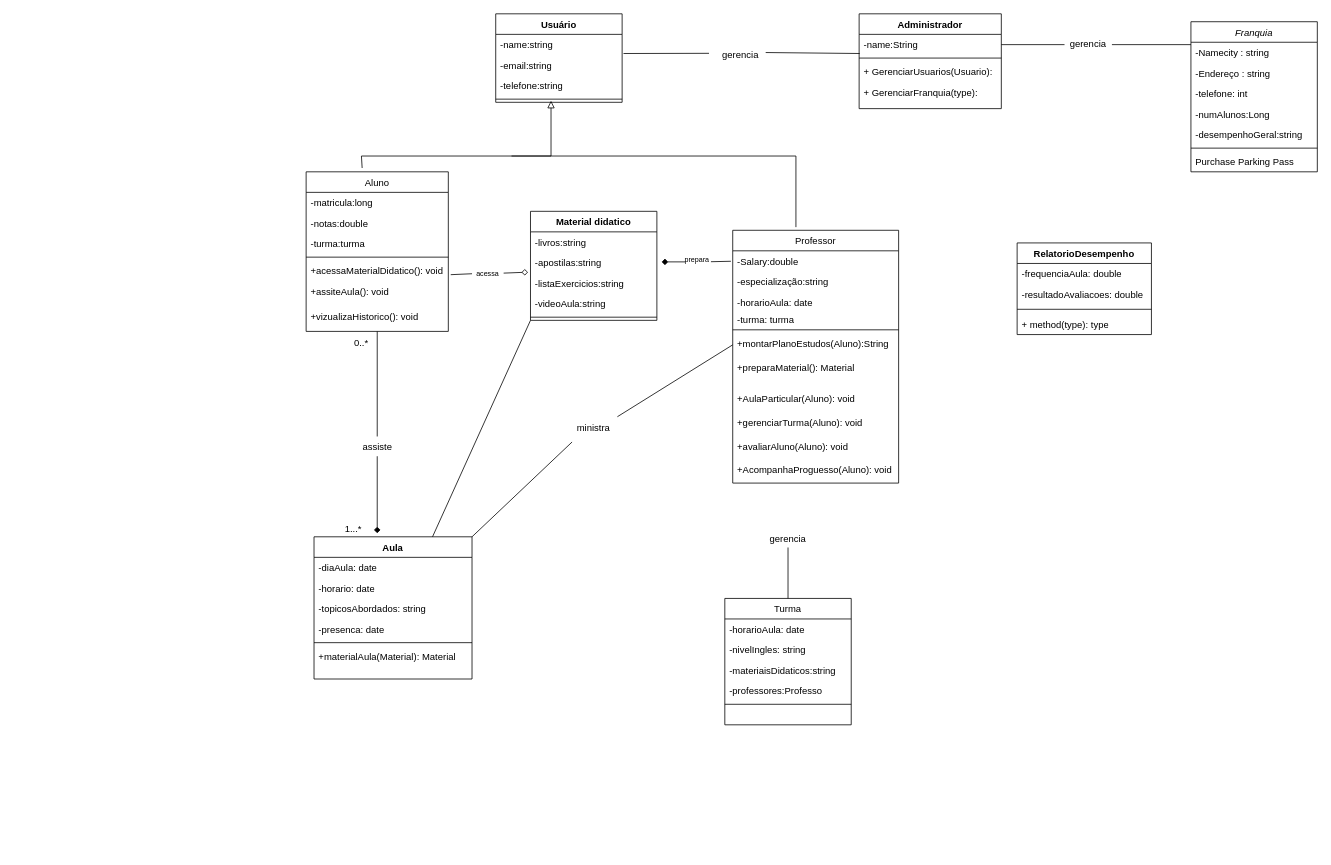
The draw.io diagram Diagrama-Classes/Escola-Ingles.drawio in Wal221/ProjetoWeb2, before the edit. Source tidied: cells renumbered, new cells numbered last; positions are measured from the earlier drawing's top-left corner, leaving out a move shared by most shapes. Both pictures are drawn from the tidied source at 79%, with x=0, y=0 at pixel (306, 13).
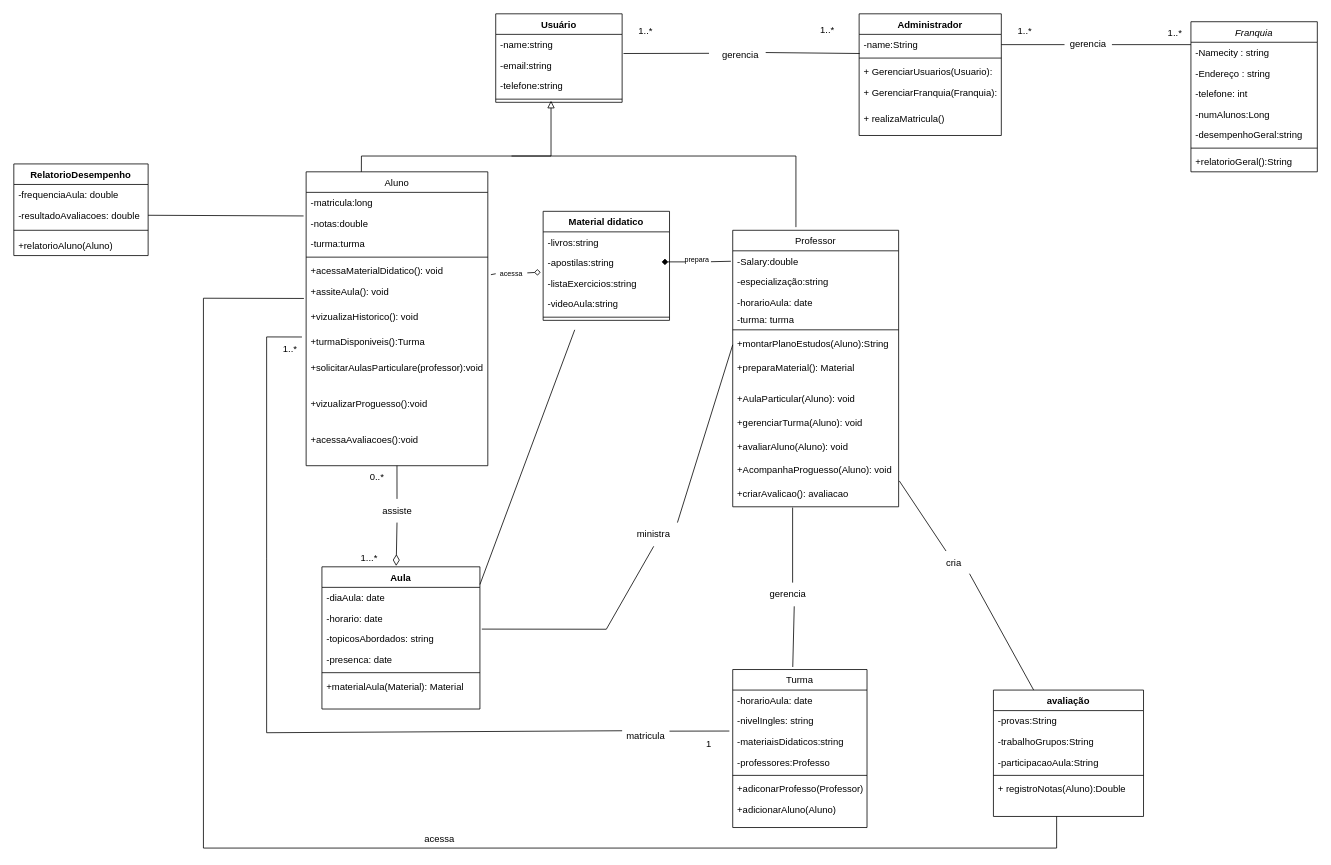
Above is the later version.

Commit message:
adicionando cardinalidades as classes no diagrama de classes

The change refers to these unchanged cells:
```xml
<mxCell id="2" value="Franquia" style="swimlane;fontStyle=2;align=center;verticalAlign=top;horizontal=1;startSize=26;rounded=0;shadow=0;strokeWidth=1;" parent="1" vertex="1">
  <mxGeometry x="1120" y="10" width="160" height="190" as="geometry" />
</mxCell>
<mxCell id="29" value="+AcompanhaProguesso(Aluno): void" style="text;align=left;verticalAlign=top;spacingLeft=4;spacingRight=4;overflow=hidden;points=[[0,0.5],[1,0.5]];portConstraint=eastwest;" parent="18" vertex="1">
  <mxGeometry y="290" width="210" height="30" as="geometry" />
</mxCell>
<mxCell id="39" value="-topicosAbordados: string" style="text;strokeColor=none;fillColor=none;align=left;verticalAlign=top;spacingLeft=4;spacingRight=4;overflow=hidden;points=[[0,0.5],[1,0.5]];portConstraint=eastwest;whiteSpace=wrap;html=1;" parent="36" vertex="1">
  <mxGeometry y="78" width="200" height="26" as="geometry" />
</mxCell>
<mxCell id="45" value="-resultadoAvaliacoes&lt;span style=&quot;background-color: initial;&quot;&gt;: double&lt;/span&gt;" style="text;strokeColor=none;fillColor=none;align=left;verticalAlign=top;spacingLeft=4;spacingRight=4;overflow=hidden;points=[[0,0.5],[1,0.5]];portConstraint=eastwest;whiteSpace=wrap;html=1;" parent="43" vertex="1">
  <mxGeometry y="52" width="170" height="26" as="geometry" />
</mxCell>
```

Change to the diagram source:
```diff
@@
-    <mxCell id="9" value="Purchase Parking Pass" style="text;align=left;verticalAlign=top;spacingLeft=4;spacingRight=4;overflow=hidden;" parent="2" vertex="1">
+    <mxCell id="9" value="+relatorioGeral():String" style="text;align=left;verticalAlign=top;spacingLeft=4;spacingRight=4;overflow=hidden;" parent="2" vertex="1">
       <mxGeometry y="164" width="160" height="26" as="geometry" />
     </mxCell>
     <mxCell id="10" value="Aluno" style="swimlane;fontStyle=0;align=center;verticalAlign=top;horizontal=1;startSize=26;rounded=0;shadow=0;strokeWidth=1;" parent="1" vertex="1">
-      <mxGeometry y="200" width="180" height="202" as="geometry" />
+      <mxGeometry y="200" width="230" height="372" as="geometry" />
     </mxCell>
     <mxCell id="11" value="-matricula:long" style="text;align=left;verticalAlign=top;spacingLeft=4;spacingRight=4;overflow=hidden;rounded=0;shadow=0;html=0;" parent="10" vertex="1">
-      <mxGeometry y="26" width="180" height="26" as="geometry" />
+      <mxGeometry y="26" width="230" height="26" as="geometry" />
     </mxCell>
     <mxCell id="12" value="-notas:double" style="text;align=left;verticalAlign=top;spacingLeft=4;spacingRight=4;overflow=hidden;points=[[0,0.5],[1,0.5]];portConstraint=eastwest;rounded=0;shadow=0;html=0;" parent="10" vertex="1">
-      <mxGeometry y="52" width="180" height="26" as="geometry" />
+      <mxGeometry y="52" width="230" height="26" as="geometry" />
     </mxCell>
     <mxCell id="13" value="-turma:turma" style="text;align=left;verticalAlign=top;spacingLeft=4;spacingRight=4;overflow=hidden;rounded=0;shadow=0;html=0;" parent="10" vertex="1">
-      <mxGeometry y="78" width="180" height="26" as="geometry" />
+      <mxGeometry y="78" width="230" height="26" as="geometry" />
     </mxCell>
     <mxCell id="14" style="line;html=1;strokeWidth=1;align=left;verticalAlign=middle;spacingTop=-1;spacingLeft=3;spacingRight=3;labelPosition=right;" parent="10" vertex="1">
-      <mxGeometry y="104" width="180" height="8" as="geometry" />
+      <mxGeometry y="104" width="230" height="8" as="geometry" />
     </mxCell>
     <mxCell id="15" value="+acessaMaterialDidatico(): void" style="text;align=left;verticalAlign=top;spacingLeft=4;spacingRight=4;overflow=hidden;points=[[0,0.5],[1,0.5]];portConstraint=eastwest;rounded=0;shadow=0;html=0;" parent="10" vertex="1">
-      <mxGeometry y="112" width="180" height="26" as="geometry" />
+      <mxGeometry y="112" width="230" height="26" as="geometry" />
     </mxCell>
     <mxCell id="16" value="+assiteAula(): void" style="text;align=left;verticalAlign=top;spacingLeft=4;spacingRight=4;overflow=hidden;rounded=0;shadow=0;html=0;" parent="10" vertex="1">
-      <mxGeometry y="138" width="180" height="32" as="geometry" />
+      <mxGeometry y="138" width="230" height="32" as="geometry" />
     </mxCell>
     <mxCell id="17" value="+vizualizaHistorico(): void" style="text;align=left;verticalAlign=top;spacingLeft=4;spacingRight=4;overflow=hidden;rounded=0;shadow=0;html=0;" parent="10" vertex="1">
-      <mxGeometry y="170" width="180" height="32" as="geometry" />
+      <mxGeometry y="170" width="230" height="32" as="geometry" />
     </mxCell>
+    <mxCell id="90" value="+turmaDisponiveis():Turma" style="text;align=left;verticalAlign=top;spacingLeft=4;spacingRight=4;overflow=hidden;points=[[0,0.5],[1,0.5]];portConstraint=eastwest;rounded=0;shadow=0;html=0;" parent="10" vertex="1">
+      <mxGeometry y="202" width="230" height="32" as="geometry" />
+    </mxCell>
+    <mxCell id="91" value="+solicitarAulasParticulare(professor):void" style="text;align=left;verticalAlign=top;spacingLeft=4;spacingRight=4;overflow=hidden;rounded=0;shadow=0;html=0;" parent="10" vertex="1">
+      <mxGeometry y="234" width="230" height="46" as="geometry" />
+    </mxCell>
+    <mxCell id="92" value="+vizualizarProguesso():void" style="text;align=left;verticalAlign=top;spacingLeft=4;spacingRight=4;overflow=hidden;rounded=0;shadow=0;html=0;" parent="10" vertex="1">
+      <mxGeometry y="280" width="230" height="46" as="geometry" />
+    </mxCell>
+    <mxCell id="93" value="+acessaAvaliacoes():void" style="text;align=left;verticalAlign=top;spacingLeft=4;spacingRight=4;overflow=hidden;rounded=0;shadow=0;html=0;" parent="10" vertex="1">
+      <mxGeometry y="326" width="230" height="46" as="geometry" />
+    </mxCell>
     <mxCell id="18" value="Professor" style="swimlane;fontStyle=0;align=center;verticalAlign=top;horizontal=1;startSize=26;rounded=0;shadow=0;strokeWidth=1;" parent="1" vertex="1">
-      <mxGeometry x="540" y="274" width="210" height="320" as="geometry" />
+      <mxGeometry x="540" y="274" width="210" height="350" as="geometry" />
     </mxCell>
@@
+    <mxCell id="94" value="+criarAvalicao(): avaliacao&#10;" style="text;align=left;verticalAlign=top;spacingLeft=4;spacingRight=4;overflow=hidden;points=[[0,0.5],[1,0.5]];portConstraint=eastwest;" parent="18" vertex="1">
+      <mxGeometry y="320" width="210" height="30" as="geometry" />
+    </mxCell>
     <mxCell id="30" value="Turma" style="swimlane;fontStyle=0;align=center;verticalAlign=top;horizontal=1;startSize=26;rounded=0;shadow=0;strokeWidth=1;" parent="1" vertex="1">
-      <mxGeometry x="530" y="740" width="160" height="160" as="geometry" />
+      <mxGeometry x="540" y="830" width="170" height="200" as="geometry" />
     </mxCell>
     <mxCell id="31" value="-horarioAula: date " style="text;align=left;verticalAlign=top;spacingLeft=4;spacingRight=4;overflow=hidden;" parent="30" vertex="1">
-      <mxGeometry y="26" width="160" height="26" as="geometry" />
+      <mxGeometry y="26" width="170" height="26" as="geometry" />
     </mxCell>
     <mxCell id="32" value="-nivelIngles: string" style="text;align=left;verticalAlign=top;spacingLeft=4;spacingRight=4;overflow=hidden;rounded=0;shadow=0;html=0;" parent="30" vertex="1">
-      <mxGeometry y="52" width="160" height="26" as="geometry" />
+      <mxGeometry y="52" width="170" height="26" as="geometry" />
     </mxCell>
     <mxCell id="33" value="-materiaisDidaticos:string" style="text;align=left;verticalAlign=top;spacingLeft=4;spacingRight=4;overflow=hidden;points=[[0,0.5],[1,0.5]];portConstraint=eastwest;rounded=0;shadow=0;html=0;" parent="30" vertex="1">
-      <mxGeometry y="78" width="160" height="26" as="geometry" />
+      <mxGeometry y="78" width="170" height="26" as="geometry" />
     </mxCell>
-    <mxCell id="34" value="-professores:Professo" style="text;align=left;verticalAlign=top;spacingLeft=4;spacingRight=4;overflow=hidden;rounded=0;shadow=0;html=0;" parent="30" vertex="1">
-      <mxGeometry y="104" width="160" height="26" as="geometry" />
+    <mxCell id="34" value="-professores:Professo&#10;" style="text;align=left;verticalAlign=top;spacingLeft=4;spacingRight=4;overflow=hidden;rounded=0;shadow=0;html=0;" parent="30" vertex="1">
+      <mxGeometry y="104" width="170" height="26" as="geometry" />
     </mxCell>
     <mxCell id="35" style="line;html=1;strokeWidth=1;align=left;verticalAlign=middle;spacingTop=-1;spacingLeft=3;spacingRight=3;labelPosition=right;" parent="30" vertex="1">
-      <mxGeometry y="130" width="160" height="8" as="geometry" />
+      <mxGeometry y="130" width="170" height="8" as="geometry" />
     </mxCell>
+    <mxCell id="95" value="+adiconarProfesso(Professor)&#10;" style="text;align=left;verticalAlign=top;spacingLeft=4;spacingRight=4;overflow=hidden;rounded=0;shadow=0;html=0;" parent="30" vertex="1">
+      <mxGeometry y="138" width="170" height="26" as="geometry" />
+    </mxCell>
+    <mxCell id="96" value="+adicionarAluno(Aluno)&#10;" style="text;align=left;verticalAlign=top;spacingLeft=4;spacingRight=4;overflow=hidden;rounded=0;shadow=0;html=0;" parent="30" vertex="1">
+      <mxGeometry y="164" width="170" height="26" as="geometry" />
+    </mxCell>
     <mxCell id="36" value="Aula" style="swimlane;fontStyle=1;align=center;verticalAlign=top;horizontal=1;startSize=26;whiteSpace=wrap;html=1;" parent="1" vertex="1">
-      <mxGeometry x="10" y="662" width="200" height="180" as="geometry" />
+      <mxGeometry x="20" y="700" width="200" height="180" as="geometry" />
     </mxCell>
@@
     <mxCell id="43" value="RelatorioDesempenho" style="swimlane;fontStyle=1;align=center;verticalAlign=top;horizontal=1;startSize=26;whiteSpace=wrap;html=1;" parent="1" vertex="1">
-      <mxGeometry x="900" y="290" width="170" height="116" as="geometry" />
+      <mxGeometry x="-370" y="190" width="170" height="116" as="geometry" />
     </mxCell>
@@
-    <mxCell id="47" value="+ method(type): type" style="text;strokeColor=none;fillColor=none;align=left;verticalAlign=top;spacingLeft=4;spacingRight=4;overflow=hidden;whiteSpace=wrap;html=1;" parent="43" vertex="1">
+    <mxCell id="47" value="+relatorioAluno(Aluno)" style="text;strokeColor=none;fillColor=none;align=left;verticalAlign=top;spacingLeft=4;spacingRight=4;overflow=hidden;whiteSpace=wrap;html=1;" parent="43" vertex="1">
       <mxGeometry y="90" width="170" height="26" as="geometry" />
     </mxCell>
     <mxCell id="48" value="Administrador" style="swimlane;fontStyle=1;align=center;verticalAlign=top;horizontal=1;startSize=26;whiteSpace=wrap;html=1;" parent="1" vertex="1">
-      <mxGeometry x="700" width="180" height="120" as="geometry" />
+      <mxGeometry x="700" width="180" height="154" as="geometry" />
     </mxCell>
@@
-    <mxCell id="52" value="+ GerenciarFranquia(type):&amp;nbsp;" style="text;strokeColor=none;fillColor=none;align=left;verticalAlign=top;spacingLeft=4;spacingRight=4;overflow=hidden;whiteSpace=wrap;html=1;" parent="48" vertex="1">
+    <mxCell id="52" value="+ GerenciarFranquia(Franquia):&lt;div&gt;&amp;nbsp;&lt;/div&gt;" style="text;strokeColor=none;fillColor=none;align=left;verticalAlign=top;spacingLeft=4;spacingRight=4;overflow=hidden;whiteSpace=wrap;html=1;" parent="48" vertex="1">
       <mxGeometry y="86" width="180" height="34" as="geometry" />
     </mxCell>
+    <mxCell id="97" value="+ realizaMatricula()&lt;div&gt;&amp;nbsp;&lt;/div&gt;" style="text;strokeColor=none;fillColor=none;align=left;verticalAlign=top;spacingLeft=4;spacingRight=4;overflow=hidden;whiteSpace=wrap;html=1;" parent="48" vertex="1">
+      <mxGeometry y="120" width="180" height="34" as="geometry" />
+    </mxCell>
@@
-    <mxCell id="58" style="endArrow=block;html=1;rounded=0;endFill=0;endSize=7;exitX=0.394;exitY=-0.024;exitDx=0;exitDy=0;exitPerimeter=0;" parent="1" edge="1" source="10">
+    <mxCell id="58" style="endArrow=block;html=1;rounded=0;endFill=0;endSize=7;exitX=0.304;exitY=0;exitDx=0;exitDy=0;exitPerimeter=0;" parent="1" edge="1" source="10">
       <mxGeometry relative="1" as="geometry">
         <mxPoint x="310" y="110" as="targetPoint" />
         <Array as="points">
           <mxPoint x="70" y="180" />
           <mxPoint x="310" y="180" />
         </Array>
       </mxGeometry>
     </mxCell>
@@
-    <mxCell id="60" style="endArrow=diamond;html=1;rounded=0;endFill=1;entryX=1;entryY=0.75;entryDx=0;entryDy=0;exitX=0.5;exitY=1;exitDx=0;exitDy=0;" parent="1" edge="1" source="63" target="61">
+    <mxCell id="60" style="endArrow=diamondThin;html=1;rounded=0;endFill=0;exitX=0.5;exitY=1;exitDx=0;exitDy=0;endSize=12;entryX=0.47;entryY=-0.006;entryDx=0;entryDy=0;entryPerimeter=0;" parent="1" edge="1" source="63" target="36">
       <mxGeometry relative="1" as="geometry" />
     </mxCell>
     <mxCell id="61" value="1...*" style="text;html=1;align=center;verticalAlign=middle;whiteSpace=wrap;rounded=0;" parent="1" vertex="1">
-      <mxGeometry x="30" y="644" width="60" height="18" as="geometry" />
+      <mxGeometry x="50" y="680" width="60" height="18" as="geometry" />
     </mxCell>
@@
     <mxCell id="63" value="assiste" style="text;html=1;align=center;verticalAlign=middle;whiteSpace=wrap;rounded=0;" parent="1" vertex="1">
-      <mxGeometry x="66.5" y="535" width="47" height="25" as="geometry" />
+      <mxGeometry x="90.8" y="614" width="48.5" height="30" as="geometry" />
     </mxCell>
@@
-    <mxCell id="65" style="endArrow=none;html=1;rounded=0;exitX=0.5;exitY=0;exitDx=0;exitDy=0;entryX=0;entryY=0.75;entryDx=0;entryDy=0;" parent="1" edge="1" source="30">
-      <mxGeometry relative="1" as="geometry">
-        <mxPoint x="610" y="675.5" as="targetPoint" />
-      </mxGeometry>
-    </mxCell>
     <mxCell id="66" value="gerencia" style="text;html=1;align=center;verticalAlign=middle;whiteSpace=wrap;rounded=0;" parent="1" vertex="1">
-      <mxGeometry x="580" y="650" width="60" height="30" as="geometry" />
+      <mxGeometry x="580" y="720" width="60" height="30" as="geometry" />
     </mxCell>
@@
     <mxCell id="72" value="0..*" style="text;html=1;align=center;verticalAlign=middle;whiteSpace=wrap;rounded=0;" parent="1" vertex="1">
-      <mxGeometry x="40" y="402" width="60" height="30" as="geometry" />
+      <mxGeometry x="60" y="572" width="60" height="30" as="geometry" />
     </mxCell>
-    <mxCell id="73" style="endArrow=none;html=1;rounded=0;exitX=1;exitY=0;exitDx=0;exitDy=0;entryX=0.044;entryY=1.067;entryDx=0;entryDy=0;entryPerimeter=0;" parent="1" edge="1" source="36" target="74">
-      <mxGeometry relative="1" as="geometry" />
+    <mxCell id="73" style="endArrow=none;html=1;rounded=0;exitX=1.012;exitY=0.032;exitDx=0;exitDy=0;entryX=0.5;entryY=1;entryDx=0;entryDy=0;exitPerimeter=0;" parent="1" edge="1" source="39" target="74">
+      <mxGeometry relative="1" as="geometry">
+        <Array as="points">
+          <mxPoint x="380" y="779" />
+        </Array>
+      </mxGeometry>
     </mxCell>
     <mxCell id="74" value="ministra" style="text;html=1;align=center;verticalAlign=middle;whiteSpace=wrap;rounded=0;" parent="1" vertex="1">
-      <mxGeometry x="334" y="510" width="60" height="30" as="geometry" />
+      <mxGeometry x="410" y="644" width="60" height="30" as="geometry" />
     </mxCell>
@@
     <mxCell id="77" value="Material didatico" style="swimlane;fontStyle=1;align=center;verticalAlign=top;horizontal=1;startSize=26;whiteSpace=wrap;html=1;" parent="1" vertex="1">
-      <mxGeometry x="284" y="250" width="160" height="138" as="geometry" />
+      <mxGeometry x="300" y="250" width="160" height="138" as="geometry" />
     </mxCell>
@@
     <mxCell id="86" value="acessa" style="text;html=1;align=center;verticalAlign=middle;whiteSpace=wrap;rounded=0;fontSize=9;" parent="1" vertex="1">
-      <mxGeometry x="210" y="320" width="40" height="18" as="geometry" />
+      <mxGeometry x="240" y="320" width="40" height="18" as="geometry" />
     </mxCell>
@@
-    <mxCell id="89" style="endArrow=none;html=1;rounded=0;exitX=0.75;exitY=0;exitDx=0;exitDy=0;entryX=0;entryY=1;entryDx=0;entryDy=0;" parent="1" edge="1" source="36" target="77">
-      <mxGeometry relative="1" as="geometry" />
+    <mxCell id="89" style="endArrow=none;html=1;rounded=0;entryX=0;entryY=1;entryDx=0;entryDy=0;exitX=1;exitY=0.124;exitDx=0;exitDy=0;exitPerimeter=0;" parent="1" edge="1" source="36">
+      <mxGeometry relative="1" as="geometry">
+        <mxPoint x="340" y="400" as="targetPoint" />
+      </mxGeometry>
     </mxCell>
+    <mxCell id="98" value="avaliação" style="swimlane;fontStyle=1;align=center;verticalAlign=top;horizontal=1;startSize=26;whiteSpace=wrap;html=1;" parent="1" vertex="1">
+      <mxGeometry x="870" y="856" width="190" height="160" as="geometry" />
+    </mxCell>
+    <mxCell id="99" value="-provas:String" style="text;strokeColor=none;fillColor=none;align=left;verticalAlign=top;spacingLeft=4;spacingRight=4;overflow=hidden;whiteSpace=wrap;html=1;" parent="98" vertex="1">
+      <mxGeometry y="26" width="190" height="26" as="geometry" />
+    </mxCell>
+    <mxCell id="100" value="-trabalhoGrupos:String&lt;div&gt;&lt;br&gt;&lt;/div&gt;" style="text;strokeColor=none;fillColor=none;align=left;verticalAlign=top;spacingLeft=4;spacingRight=4;overflow=hidden;whiteSpace=wrap;html=1;" parent="98" vertex="1">
+      <mxGeometry y="52" width="190" height="26" as="geometry" />
+    </mxCell>
+    <mxCell id="101" value="-participacaoAula:String&lt;div&gt;&lt;br&gt;&lt;/div&gt;" style="text;strokeColor=none;fillColor=none;align=left;verticalAlign=top;spacingLeft=4;spacingRight=4;overflow=hidden;whiteSpace=wrap;html=1;" parent="98" vertex="1">
+      <mxGeometry y="78" width="190" height="26" as="geometry" />
+    </mxCell>
+    <mxCell id="102" style="line;strokeWidth=1;fillColor=none;align=left;verticalAlign=middle;spacingTop=-1;spacingLeft=3;spacingRight=3;labelPosition=right;strokeColor=inherit;" parent="98" vertex="1">
+      <mxGeometry y="104" width="190" height="8" as="geometry" />
+    </mxCell>
+    <mxCell id="103" value="+ registroNotas(Aluno):Double" style="text;strokeColor=none;fillColor=none;align=left;verticalAlign=top;spacingLeft=4;spacingRight=4;overflow=hidden;whiteSpace=wrap;html=1;" parent="98" vertex="1">
+      <mxGeometry y="112" width="190" height="48" as="geometry" />
+    </mxCell>
+    <mxCell id="104" style="endArrow=none;html=1;rounded=0;entryX=1.004;entryY=0.908;entryDx=0;entryDy=0;entryPerimeter=0;" parent="1" edge="1" source="108" target="29">
+      <mxGeometry relative="1" as="geometry" />
+    </mxCell>
+    <mxCell id="105" style="endArrow=none;html=1;rounded=0;entryX=0.361;entryY=1.033;entryDx=0;entryDy=0;entryPerimeter=0;exitX=0.597;exitY=0;exitDx=0;exitDy=0;exitPerimeter=0;" parent="1" edge="1" source="66" target="94">
+      <mxGeometry relative="1" as="geometry" />
+    </mxCell>
+    <mxCell id="106" style="endArrow=none;html=1;rounded=0;entryX=0.631;entryY=1;entryDx=0;entryDy=0;entryPerimeter=0;exitX=0.447;exitY=-0.016;exitDx=0;exitDy=0;exitPerimeter=0;" parent="1" edge="1" source="30" target="66">
+      <mxGeometry relative="1" as="geometry" />
+    </mxCell>
+    <mxCell id="107" style="endArrow=none;html=1;rounded=0;entryX=0.829;entryY=0.957;entryDx=0;entryDy=0;entryPerimeter=0;" parent="1" edge="1" source="98" target="108">
+      <mxGeometry relative="1" as="geometry" />
+    </mxCell>
+    <mxCell id="108" value="cria" style="text;html=1;align=center;verticalAlign=middle;whiteSpace=wrap;rounded=0;" parent="1" vertex="1">
+      <mxGeometry x="790" y="680" width="60" height="30" as="geometry" />
+    </mxCell>
+    <mxCell id="109" value="matricula" style="text;html=1;align=center;verticalAlign=middle;whiteSpace=wrap;rounded=0;" parent="1" vertex="1">
+      <mxGeometry x="400" y="900" width="60" height="30" as="geometry" />
+    </mxCell>
+    <mxCell id="110" style="endArrow=none;html=1;rounded=0;entryX=-0.023;entryY=0.221;entryDx=0;entryDy=0;entryPerimeter=0;exitX=0;exitY=0.25;exitDx=0;exitDy=0;" parent="1" edge="1" source="109" target="90">
+      <mxGeometry relative="1" as="geometry">
+        <Array as="points">
+          <mxPoint x="-50" y="910" />
+          <mxPoint x="-50" y="690" />
+          <mxPoint x="-50" y="409" />
+        </Array>
+      </mxGeometry>
+    </mxCell>
+    <mxCell id="111" style="endArrow=none;html=1;rounded=0;entryX=-0.025;entryY=-0.005;entryDx=0;entryDy=0;entryPerimeter=0;" parent="1" edge="1" target="33">
+      <mxGeometry relative="1" as="geometry">
+        <mxPoint x="460" y="908" as="sourcePoint" />
+      </mxGeometry>
+    </mxCell>
+    <mxCell id="112" style="endArrow=none;html=1;rounded=0;entryX=-0.012;entryY=0.196;entryDx=0;entryDy=0;entryPerimeter=0;exitX=0.5;exitY=1.231;exitDx=0;exitDy=0;exitPerimeter=0;" parent="1" edge="1">
+      <mxGeometry relative="1" as="geometry">
+        <mxPoint x="950" y="1016" as="sourcePoint" />
+        <mxPoint x="-2.8" y="360.3" as="targetPoint" />
+        <Array as="points">
+          <mxPoint x="950" y="1056" />
+          <mxPoint x="-130" y="1056" />
+          <mxPoint x="-130" y="360" />
+        </Array>
+      </mxGeometry>
+    </mxCell>
+    <mxCell id="113" value="acessa" style="text;html=1;align=center;verticalAlign=middle;whiteSpace=wrap;rounded=0;" parent="1" vertex="1">
+      <mxGeometry x="139.2" y="1030" width="60" height="30" as="geometry" />
+    </mxCell>
+    <mxCell id="114" style="endArrow=none;html=1;rounded=0;exitX=1;exitY=0.5;exitDx=0;exitDy=0;entryX=-0.014;entryY=0.148;entryDx=0;entryDy=0;entryPerimeter=0;" parent="1" edge="1" source="45" target="12">
+      <mxGeometry relative="1" as="geometry" />
+    </mxCell>
+    <mxCell id="115" value="1..*" style="text;html=1;align=center;verticalAlign=middle;whiteSpace=wrap;rounded=0;" parent="1" vertex="1">
+      <mxGeometry x="1070" y="10" width="60" height="30" as="geometry" />
+    </mxCell>
+    <mxCell id="116" value="1..*" style="text;html=1;align=center;verticalAlign=middle;whiteSpace=wrap;rounded=0;" parent="1" vertex="1">
+      <mxGeometry x="880" y="7" width="60" height="30" as="geometry" />
+    </mxCell>
+    <mxCell id="117" value="1..*" style="text;html=1;align=center;verticalAlign=middle;whiteSpace=wrap;rounded=0;" parent="1" vertex="1">
+      <mxGeometry x="400" y="7" width="60" height="30" as="geometry" />
+    </mxCell>
+    <mxCell id="118" value="1..*" style="text;html=1;align=center;verticalAlign=middle;whiteSpace=wrap;rounded=0;" parent="1" vertex="1">
+      <mxGeometry x="630" y="6" width="60" height="30" as="geometry" />
+    </mxCell>
+    <mxCell id="119" value="1" style="text;html=1;align=center;verticalAlign=middle;whiteSpace=wrap;rounded=0;" parent="1" vertex="1">
+      <mxGeometry x="480" y="910" width="60" height="30" as="geometry" />
+    </mxCell>
+    <mxCell id="120" value="1..*" style="text;html=1;align=center;verticalAlign=middle;whiteSpace=wrap;rounded=0;" parent="1" vertex="1">
+      <mxGeometry x="-50" y="410" width="60" height="30" as="geometry" />
+    </mxCell>
```
